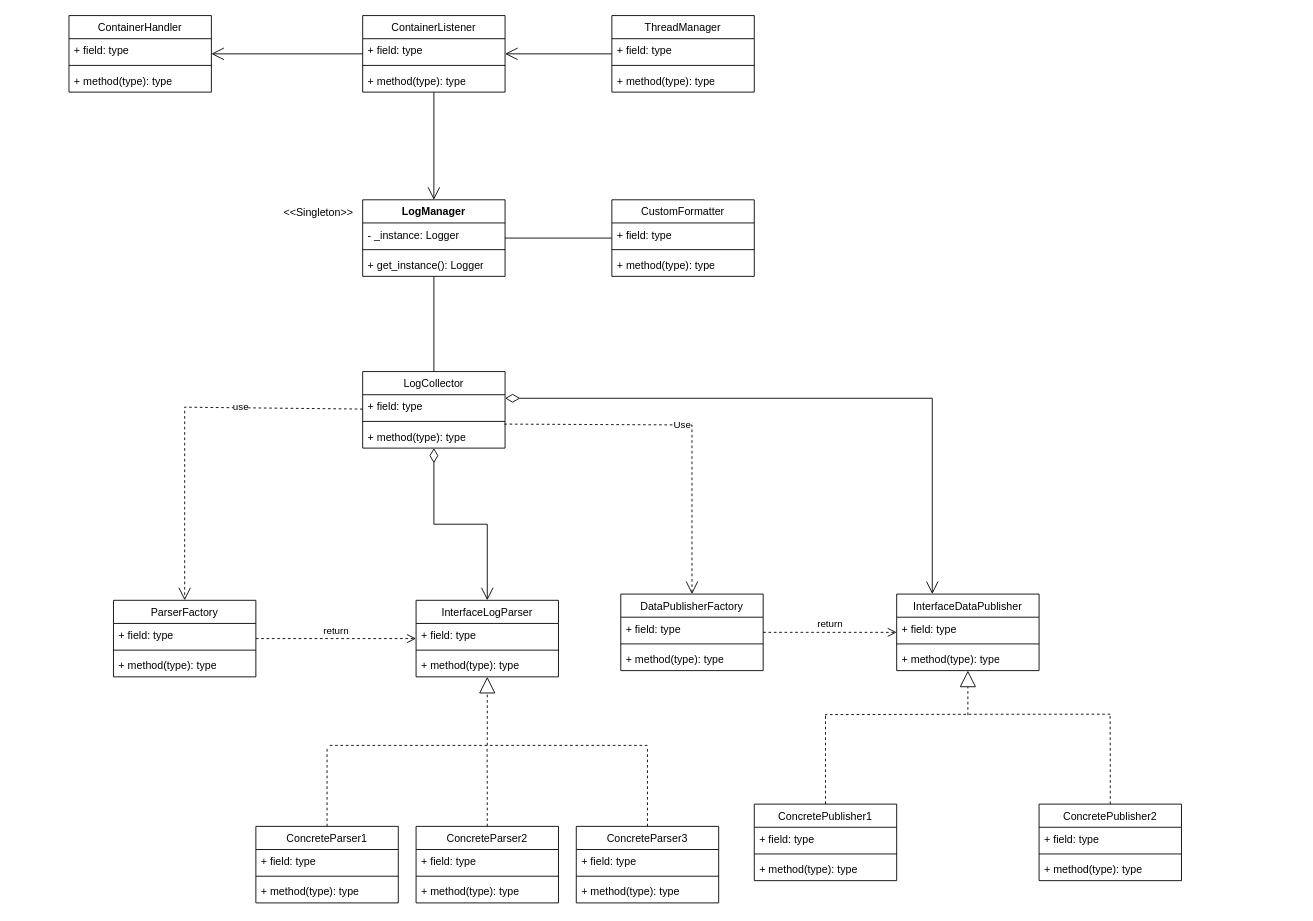
Before: page "Diagramma delle classi Logger" (3 of 3) of Diagrammi.drawio in Peric01/Documentazione-Stage-Eurosystem, a draw.io diagram. Source tidied: cells renumbered, new cells numbered last; positions are measured from the earlier drawing's top-left corner, leaving out a move shared by most shapes. Both pictures are drawn from the tidied source at 89%, with x=0, y=0 at pixel (69, 15).
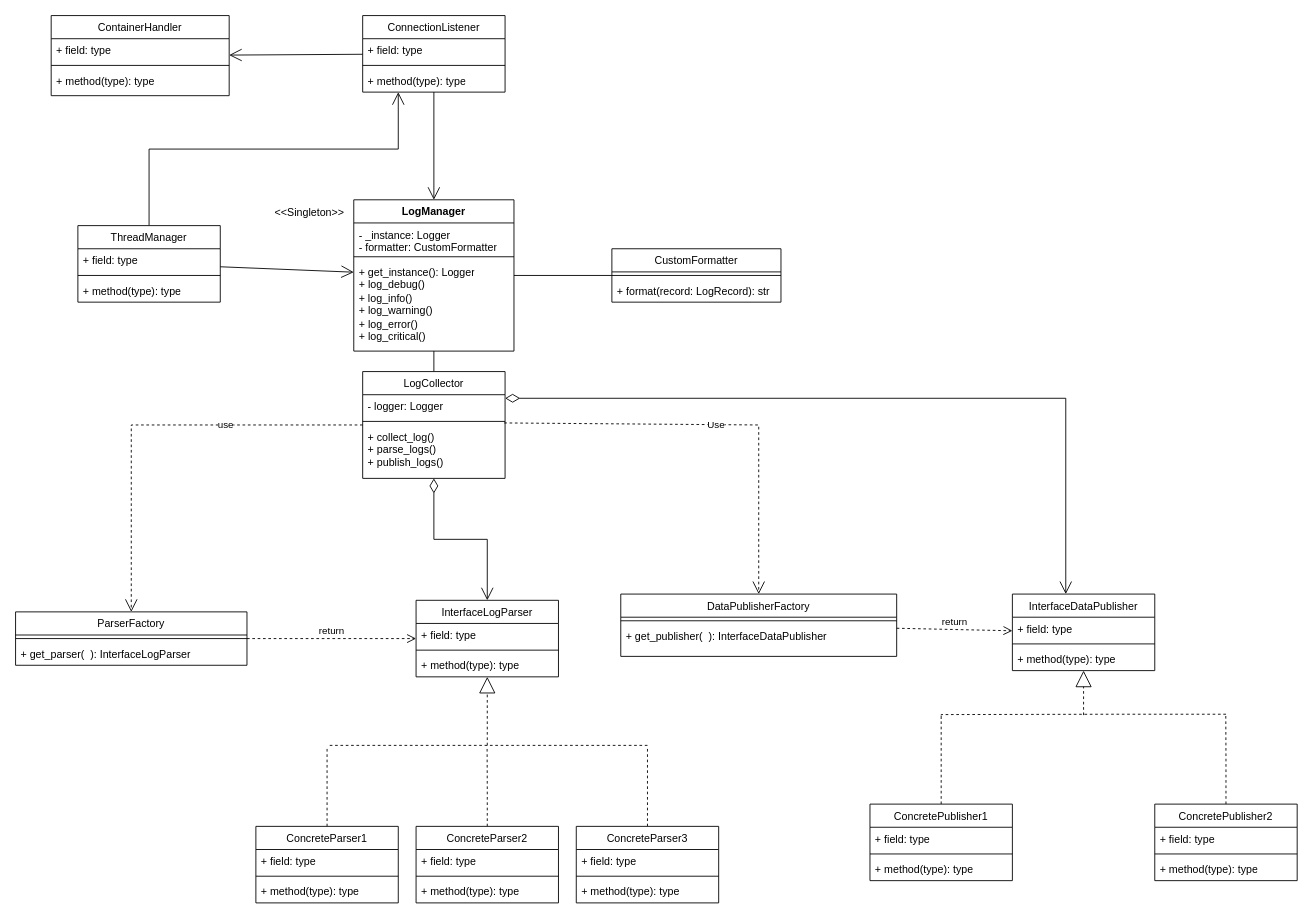
The same page after the edit.

Commit message:
Aggiornato il diagramma delle classi

Unchanged cells that the change refers to:
```xml
<mxCell id="38" value="+ method(type): type" style="text;strokeColor=none;fillColor=none;align=left;verticalAlign=top;spacingLeft=4;spacingRight=4;overflow=hidden;points=[[0,0.5],[1,0.5]];portConstraint=eastwest;whiteSpace=wrap;html=1;" parent="35" vertex="1">
  <mxGeometry y="60" width="160" height="26" as="geometry" />
</mxCell>
```

The edit, as a diff of the source:
```diff
@@
     <mxCell id="6" style="endArrow=block;endSize=16;endFill=0;html=1;rounded=0;dashed=1;" parent="1" edge="1">
       <mxGeometry relative="1" as="geometry">
-        <mxPoint x="1010" y="786" as="sourcePoint" />
-        <mxPoint x="1010" y="736" as="targetPoint" />
+        <mxPoint x="1140" y="786" as="sourcePoint" />
+        <mxPoint x="1140" y="736" as="targetPoint" />
       </mxGeometry>
     </mxCell>
     <mxCell id="7" style="edgeStyle=orthogonalEdgeStyle;rounded=0;orthogonalLoop=1;jettySize=auto;html=1;endArrow=none;startFill=0;dashed=1;" parent="1" edge="1">
       <mxGeometry relative="1" as="geometry">
-        <mxPoint x="1170" y="785" as="sourcePoint" />
-        <mxPoint x="850" y="790" as="targetPoint" />
+        <mxPoint x="1300" y="785" as="sourcePoint" />
+        <mxPoint x="980" y="790" as="targetPoint" />
         <Array as="points">
-          <mxPoint x="1045" y="785.4" />
-          <mxPoint x="995" y="785.4" />
+          <mxPoint x="1175" y="785.4" />
+          <mxPoint x="1125" y="785.4" />
         </Array>
       </mxGeometry>
     </mxCell>
     <mxCell id="8" style="edgeStyle=orthogonalEdgeStyle;rounded=0;jettySize=auto;html=1;endArrow=none;startFill=0;dashed=1;" parent="1" edge="1" source="75">
       <mxGeometry relative="1" as="geometry">
-        <mxPoint x="850" y="786" as="targetPoint" />
+        <mxPoint x="980" y="786" as="targetPoint" />
       </mxGeometry>
     </mxCell>
     <mxCell id="9" style="edgeStyle=orthogonalEdgeStyle;rounded=0;jettySize=auto;html=1;endArrow=none;startFill=0;dashed=1;" parent="1" edge="1" source="79">
       <mxGeometry relative="1" as="geometry">
-        <mxPoint x="1169.8" y="786" as="targetPoint" />
+        <mxPoint x="1299.8" y="786" as="targetPoint" />
       </mxGeometry>
     </mxCell>
@@
     <mxCell id="11" style="endArrow=open;html=1;endSize=12;startArrow=diamondThin;startSize=14;startFill=0;edgeStyle=orthogonalEdgeStyle;align=left;verticalAlign=bottom;rounded=0;" parent="1" edge="1" source="43" target="71">
       <mxGeometry x="-1" y="3" relative="1" as="geometry">
         <Array as="points">
-          <mxPoint x="970" y="430" />
+          <mxPoint x="1120" y="430" />
         </Array>
       </mxGeometry>
     </mxCell>
@@
-    <mxCell id="15" style="endArrow=open;endFill=1;endSize=12;html=1;rounded=0;" parent="1" edge="1" source="31" target="35">
-      <mxGeometry relative="1" as="geometry" />
+    <mxCell id="15" style="endArrow=open;endFill=1;endSize=12;html=1;rounded=0;entryX=0.25;entryY=1.003;entryDx=0;entryDy=0;entryPerimeter=0;" parent="1" edge="1" source="31" target="38">
+      <mxGeometry relative="1" as="geometry">
+        <Array as="points">
+          <mxPoint x="90" y="150" />
+          <mxPoint x="370" y="150" />
+        </Array>
+      </mxGeometry>
     </mxCell>
@@
     <mxCell id="17" style="endArrow=open;endSize=12;dashed=1;html=1;rounded=0;" parent="1" edge="1" source="43" target="47">
       <mxGeometry x="0.05" y="-137" relative="1" as="geometry">
         <Array as="points">
-          <mxPoint x="130" y="440" />
+          <mxPoint x="70" y="460" />
         </Array>
       </mxGeometry>
     </mxCell>
@@
     <mxCell id="20" value="Use" style="endArrow=open;endSize=12;dashed=1;html=1;rounded=0;exitX=0.994;exitY=-0.038;exitDx=0;exitDy=0;exitPerimeter=0;" parent="1" edge="1" source="46" target="67">
       <mxGeometry relative="1" as="geometry">
         <Array as="points">
-          <mxPoint x="700" y="460" />
+          <mxPoint x="775" y="460" />
         </Array>
       </mxGeometry>
     </mxCell>
@@
     <mxCell id="22" value="&amp;lt;&amp;lt;Singleton&amp;gt;&amp;gt;" style="text;html=1;align=center;verticalAlign=middle;strokeColor=none;fillColor=none;" parent="1" vertex="1">
-      <mxGeometry x="230" y="207" width="100" height="30" as="geometry" />
+      <mxGeometry x="220" y="207" width="100" height="30" as="geometry" />
     </mxCell>
     <mxCell id="23" value="LogManager" style="swimlane;fontStyle=1;align=center;verticalAlign=top;horizontal=1;startSize=26;whiteSpace=wrap;html=1;" parent="1" vertex="1">
-      <mxGeometry x="330" y="207" width="160" height="86" as="geometry" />
+      <mxGeometry x="320" y="207" width="180" height="170" as="geometry" />
     </mxCell>
-    <mxCell id="24" value="- _instance: Logger" style="text;strokeColor=none;fillColor=none;align=left;verticalAlign=top;spacingLeft=4;spacingRight=4;overflow=hidden;whiteSpace=wrap;html=1;" parent="23" vertex="1">
-      <mxGeometry y="26" width="160" height="26" as="geometry" />
+    <mxCell id="24" value="- _instance: Logger&lt;div&gt;- formatter: CustomFormatter&lt;/div&gt;" style="text;strokeColor=none;fillColor=none;align=left;verticalAlign=top;spacingLeft=4;spacingRight=4;overflow=hidden;whiteSpace=wrap;html=1;" parent="23" vertex="1">
+      <mxGeometry y="26" width="180" height="34" as="geometry" />
     </mxCell>
     <mxCell id="25" style="line;strokeWidth=1;fillColor=none;align=left;verticalAlign=middle;spacingTop=-1;spacingLeft=3;spacingRight=3;labelPosition=right;strokeColor=inherit;" parent="23" vertex="1">
-      <mxGeometry y="52" width="160" height="8" as="geometry" />
+      <mxGeometry y="60" width="180" height="8" as="geometry" />
     </mxCell>
-    <mxCell id="26" value="+ get_instance(): Logger" style="text;strokeColor=none;fillColor=none;align=left;verticalAlign=top;spacingLeft=4;spacingRight=4;overflow=hidden;whiteSpace=wrap;html=1;" parent="23" vertex="1">
-      <mxGeometry y="60" width="160" height="26" as="geometry" />
+    <mxCell id="26" value="+ get_instance(): Logger&lt;div&gt;&lt;div&gt;+&amp;nbsp;&lt;span style=&quot;background-color: transparent; color: light-dark(rgb(0, 0, 0), rgb(255, 255, 255));&quot;&gt;log_debug()&lt;/span&gt;&lt;/div&gt;&lt;/div&gt;&lt;div&gt;+ log_info(&lt;span style=&quot;background-color: transparent; color: light-dark(rgb(0, 0, 0), rgb(255, 255, 255));&quot;&gt;)&lt;/span&gt;&lt;/div&gt;&lt;div&gt;+&amp;nbsp;&lt;span style=&quot;background-color: transparent; color: light-dark(rgb(0, 0, 0), rgb(255, 255, 255));&quot;&gt;log_warning(&lt;/span&gt;&lt;span style=&quot;background-color: transparent; color: light-dark(rgb(0, 0, 0), rgb(255, 255, 255));&quot;&gt;)&lt;/span&gt;&lt;/div&gt;&lt;div&gt;+&amp;nbsp;&lt;span style=&quot;color: light-dark(rgb(0, 0, 0), rgb(255, 255, 255)); background-color: transparent;&quot;&gt;log_error(&lt;/span&gt;&lt;span style=&quot;background-color: transparent; color: light-dark(rgb(0, 0, 0), rgb(255, 255, 255));&quot;&gt;)&lt;/span&gt;&lt;/div&gt;&lt;div&gt;&lt;div&gt;+&amp;nbsp;&lt;span style=&quot;background-color: transparent; color: light-dark(rgb(0, 0, 0), rgb(255, 255, 255));&quot;&gt;log_critical(&lt;/span&gt;&lt;span style=&quot;background-color: transparent; color: light-dark(rgb(0, 0, 0), rgb(255, 255, 255));&quot;&gt;)&lt;/span&gt;&lt;/div&gt;&lt;/div&gt;" style="text;strokeColor=none;fillColor=none;align=left;verticalAlign=top;spacingLeft=4;spacingRight=4;overflow=hidden;whiteSpace=wrap;html=1;" parent="23" vertex="1">
+      <mxGeometry y="68" width="180" height="102" as="geometry" />
     </mxCell>
     <mxCell id="27" value="&lt;span style=&quot;font-weight: 400;&quot;&gt;CustomFormatter&lt;/span&gt;" style="swimlane;fontStyle=1;align=center;verticalAlign=top;horizontal=1;startSize=26;whiteSpace=wrap;html=1;" parent="1" vertex="1">
-      <mxGeometry x="610" y="207" width="160" height="86" as="geometry" />
+      <mxGeometry x="610" y="262" width="190" height="60" as="geometry" />
     </mxCell>
-    <mxCell id="28" value="+ field: type" style="text;strokeColor=none;fillColor=none;align=left;verticalAlign=top;spacingLeft=4;spacingRight=4;overflow=hidden;whiteSpace=wrap;html=1;" parent="27" vertex="1">
-      <mxGeometry y="26" width="160" height="26" as="geometry" />
-    </mxCell>
     <mxCell id="29" style="line;strokeWidth=1;fillColor=none;align=left;verticalAlign=middle;spacingTop=-1;spacingLeft=3;spacingRight=3;labelPosition=right;strokeColor=inherit;" parent="27" vertex="1">
-      <mxGeometry y="52" width="160" height="8" as="geometry" />
+      <mxGeometry y="26" width="190" height="8" as="geometry" />
     </mxCell>
-    <mxCell id="30" value="+ method(type): type" style="text;strokeColor=none;fillColor=none;align=left;verticalAlign=top;spacingLeft=4;spacingRight=4;overflow=hidden;whiteSpace=wrap;html=1;" parent="27" vertex="1">
-      <mxGeometry y="60" width="160" height="26" as="geometry" />
+    <mxCell id="30" value="+ format(record: LogRecord): str" style="text;strokeColor=none;fillColor=none;align=left;verticalAlign=top;spacingLeft=4;spacingRight=4;overflow=hidden;whiteSpace=wrap;html=1;" parent="27" vertex="1">
+      <mxGeometry y="34" width="190" height="26" as="geometry" />
     </mxCell>
     <mxCell id="31" value="&lt;span style=&quot;font-weight: 400;&quot;&gt;ThreadManager&lt;/span&gt;" style="swimlane;fontStyle=1;align=center;verticalAlign=top;horizontal=1;startSize=26;whiteSpace=wrap;html=1;" parent="1" vertex="1">
-      <mxGeometry x="610" width="160" height="86" as="geometry" />
+      <mxGeometry x="10" y="236" width="160" height="86" as="geometry" />
     </mxCell>
@@
-    <mxCell id="35" value="&lt;span style=&quot;font-weight: 400;&quot;&gt;ContainerListener&lt;/span&gt;" style="swimlane;fontStyle=1;align=center;verticalAlign=top;horizontal=1;startSize=26;whiteSpace=wrap;html=1;" parent="1" vertex="1">
+    <mxCell id="35" value="&lt;span style=&quot;font-weight: 400;&quot;&gt;ConnectionListener&lt;/span&gt;" style="swimlane;fontStyle=1;align=center;verticalAlign=top;horizontal=1;startSize=26;whiteSpace=wrap;html=1;" parent="1" vertex="1">
       <mxGeometry x="330" width="160" height="86" as="geometry" />
     </mxCell>
@@
     <mxCell id="39" value="&lt;span style=&quot;font-weight: 400;&quot;&gt;ContainerHandler&lt;/span&gt;" style="swimlane;fontStyle=1;align=center;verticalAlign=top;horizontal=1;startSize=26;whiteSpace=wrap;html=1;" parent="1" vertex="1">
-      <mxGeometry width="160" height="86" as="geometry" />
+      <mxGeometry x="-20" width="200" height="90" as="geometry" />
     </mxCell>
     <mxCell id="40" value="+ field: type" style="text;strokeColor=none;fillColor=none;align=left;verticalAlign=top;spacingLeft=4;spacingRight=4;overflow=hidden;whiteSpace=wrap;html=1;" parent="39" vertex="1">
-      <mxGeometry y="26" width="160" height="26" as="geometry" />
+      <mxGeometry y="26" width="200" height="26" as="geometry" />
     </mxCell>
     <mxCell id="41" style="line;strokeWidth=1;fillColor=none;align=left;verticalAlign=middle;spacingTop=-1;spacingLeft=3;spacingRight=3;labelPosition=right;strokeColor=inherit;" parent="39" vertex="1">
-      <mxGeometry y="52" width="160" height="8" as="geometry" />
+      <mxGeometry y="52" width="200" height="8" as="geometry" />
     </mxCell>
     <mxCell id="42" value="+ method(type): type" style="text;strokeColor=none;fillColor=none;align=left;verticalAlign=top;spacingLeft=4;spacingRight=4;overflow=hidden;whiteSpace=wrap;html=1;" parent="39" vertex="1">
-      <mxGeometry y="60" width="160" height="26" as="geometry" />
+      <mxGeometry y="60" width="200" height="30" as="geometry" />
     </mxCell>
     <mxCell id="43" value="&lt;span style=&quot;font-weight: 400;&quot;&gt;LogCollector&lt;/span&gt;" style="swimlane;fontStyle=1;align=center;verticalAlign=top;horizontal=1;startSize=26;whiteSpace=wrap;html=1;" parent="1" vertex="1">
-      <mxGeometry x="330" y="400" width="160" height="86" as="geometry" />
+      <mxGeometry x="330" y="400" width="160" height="120" as="geometry" />
     </mxCell>
-    <mxCell id="44" value="+ field: type" style="text;strokeColor=none;fillColor=none;align=left;verticalAlign=top;spacingLeft=4;spacingRight=4;overflow=hidden;whiteSpace=wrap;html=1;" parent="43" vertex="1">
+    <mxCell id="44" value="- logger: Logger" style="text;strokeColor=none;fillColor=none;align=left;verticalAlign=top;spacingLeft=4;spacingRight=4;overflow=hidden;whiteSpace=wrap;html=1;" parent="43" vertex="1">
       <mxGeometry y="26" width="160" height="26" as="geometry" />
     </mxCell>
@@
-    <mxCell id="46" value="+ method(type): type" style="text;strokeColor=none;fillColor=none;align=left;verticalAlign=top;spacingLeft=4;spacingRight=4;overflow=hidden;points=[[0,0.5],[1,0.5]];portConstraint=eastwest;whiteSpace=wrap;html=1;" parent="43" vertex="1">
-      <mxGeometry y="60" width="160" height="26" as="geometry" />
+    <mxCell id="46" value="+ collect_log()&lt;div&gt;+ parse_logs()&lt;/div&gt;&lt;div&gt;+ publish_logs()&lt;/div&gt;" style="text;strokeColor=none;fillColor=none;align=left;verticalAlign=top;spacingLeft=4;spacingRight=4;overflow=hidden;points=[[0,0.5],[1,0.5]];portConstraint=eastwest;whiteSpace=wrap;html=1;" parent="43" vertex="1">
+      <mxGeometry y="60" width="160" height="60" as="geometry" />
     </mxCell>
     <mxCell id="47" value="&lt;span style=&quot;font-weight: 400;&quot;&gt;ParserFactory&lt;/span&gt;" style="swimlane;fontStyle=1;align=center;verticalAlign=top;horizontal=1;startSize=26;whiteSpace=wrap;html=1;" parent="1" vertex="1">
-      <mxGeometry x="50" y="657" width="160" height="86" as="geometry" />
+      <mxGeometry x="-60" y="670" width="260" height="60" as="geometry" />
     </mxCell>
-    <mxCell id="48" value="+ field: type" style="text;strokeColor=none;fillColor=none;align=left;verticalAlign=top;spacingLeft=4;spacingRight=4;overflow=hidden;whiteSpace=wrap;html=1;" parent="47" vertex="1">
-      <mxGeometry y="26" width="160" height="26" as="geometry" />
-    </mxCell>
     <mxCell id="49" style="line;strokeWidth=1;fillColor=none;align=left;verticalAlign=middle;spacingTop=-1;spacingLeft=3;spacingRight=3;labelPosition=right;strokeColor=inherit;" parent="47" vertex="1">
-      <mxGeometry y="52" width="160" height="8" as="geometry" />
+      <mxGeometry y="26" width="260" height="8" as="geometry" />
     </mxCell>
-    <mxCell id="50" value="+ method(type): type" style="text;strokeColor=none;fillColor=none;align=left;verticalAlign=top;spacingLeft=4;spacingRight=4;overflow=hidden;whiteSpace=wrap;html=1;" parent="47" vertex="1">
-      <mxGeometry y="60" width="160" height="26" as="geometry" />
+    <mxCell id="50" value="+ get_parser(&amp;nbsp; ): InterfaceLogParser" style="text;strokeColor=none;fillColor=none;align=left;verticalAlign=top;spacingLeft=4;spacingRight=4;overflow=hidden;whiteSpace=wrap;html=1;" parent="47" vertex="1">
+      <mxGeometry y="34" width="260" height="26" as="geometry" />
     </mxCell>
@@
     <mxCell id="67" value="&lt;span style=&quot;font-weight: 400;&quot;&gt;DataPublisherFactory&lt;/span&gt;" style="swimlane;fontStyle=1;align=center;verticalAlign=top;horizontal=1;startSize=26;whiteSpace=wrap;html=1;" parent="1" vertex="1">
-      <mxGeometry x="620" y="650" width="160" height="86" as="geometry" />
+      <mxGeometry x="620" y="650" width="310" height="70" as="geometry" />
     </mxCell>
-    <mxCell id="68" value="+ field: type" style="text;strokeColor=none;fillColor=none;align=left;verticalAlign=top;spacingLeft=4;spacingRight=4;overflow=hidden;whiteSpace=wrap;html=1;" parent="67" vertex="1">
-      <mxGeometry y="26" width="160" height="26" as="geometry" />
-    </mxCell>
     <mxCell id="69" style="line;strokeWidth=1;fillColor=none;align=left;verticalAlign=middle;spacingTop=-1;spacingLeft=3;spacingRight=3;labelPosition=right;strokeColor=inherit;" parent="67" vertex="1">
-      <mxGeometry y="52" width="160" height="8" as="geometry" />
+      <mxGeometry y="26" width="310" height="8" as="geometry" />
     </mxCell>
-    <mxCell id="70" value="+ method(type): type" style="text;strokeColor=none;fillColor=none;align=left;verticalAlign=top;spacingLeft=4;spacingRight=4;overflow=hidden;whiteSpace=wrap;html=1;" parent="67" vertex="1">
-      <mxGeometry y="60" width="160" height="26" as="geometry" />
+    <mxCell id="70" value="+ get_publisher(&amp;nbsp; ): InterfaceDataPublisher" style="text;strokeColor=none;fillColor=none;align=left;verticalAlign=top;spacingLeft=4;spacingRight=4;overflow=hidden;whiteSpace=wrap;html=1;" parent="67" vertex="1">
+      <mxGeometry y="34" width="310" height="36" as="geometry" />
     </mxCell>
     <mxCell id="71" value="&lt;span style=&quot;font-weight: 400;&quot;&gt;InterfaceDataPublisher&lt;/span&gt;" style="swimlane;fontStyle=1;align=center;verticalAlign=top;horizontal=1;startSize=26;whiteSpace=wrap;html=1;" parent="1" vertex="1">
-      <mxGeometry x="930" y="650" width="160" height="86" as="geometry" />
+      <mxGeometry x="1060" y="650" width="160" height="86" as="geometry" />
     </mxCell>
@@
     <mxCell id="75" value="&lt;span style=&quot;font-weight: 400;&quot;&gt;ConcretePublisher1&lt;/span&gt;" style="swimlane;fontStyle=1;align=center;verticalAlign=top;horizontal=1;startSize=26;whiteSpace=wrap;html=1;" parent="1" vertex="1">
-      <mxGeometry x="770" y="886" width="160" height="86" as="geometry" />
+      <mxGeometry x="900" y="886" width="160" height="86" as="geometry" />
     </mxCell>
@@
     <mxCell id="79" value="&lt;span style=&quot;font-weight: 400;&quot;&gt;ConcretePublisher2&lt;/span&gt;" style="swimlane;fontStyle=1;align=center;verticalAlign=top;horizontal=1;startSize=26;whiteSpace=wrap;html=1;" parent="1" vertex="1">
-      <mxGeometry x="1090" y="886" width="160" height="86" as="geometry" />
+      <mxGeometry x="1220" y="886" width="160" height="86" as="geometry" />
     </mxCell>
@@
+    <mxCell id="84" style="endArrow=open;endFill=1;endSize=12;html=1;rounded=0;" parent="1" edge="1" source="31" target="23">
+      <mxGeometry relative="1" as="geometry" />
+    </mxCell>
```
